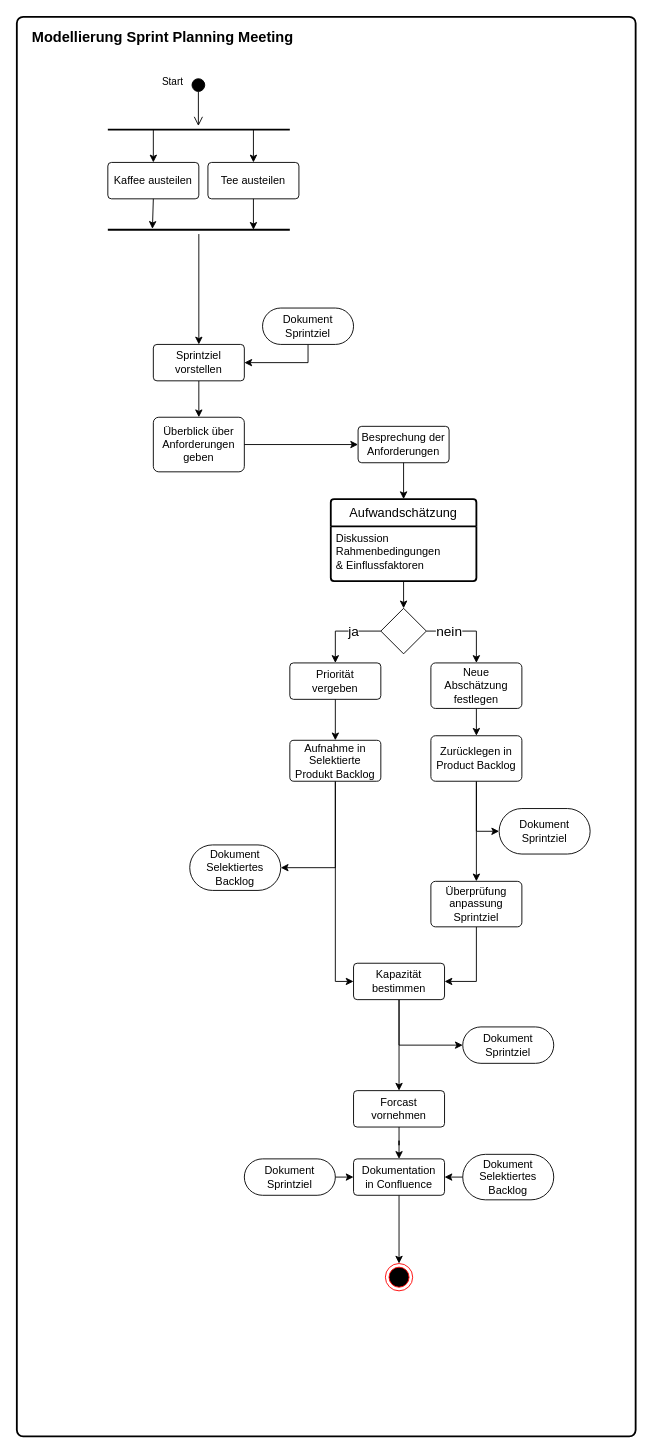
Earlier version of the draw.io diagram Uebung3/Aufgabe3.2.drawio (Software-Engineering-Team-HBRS/uebungsaufgaben). Source tidied: cells renumbered, new cells numbered last; positions are measured from the earlier drawing's top-left corner, leaving out a move shared by most shapes. Both pictures are drawn from the tidied source at 91%, with x=0, y=0 at pixel (16, 16).
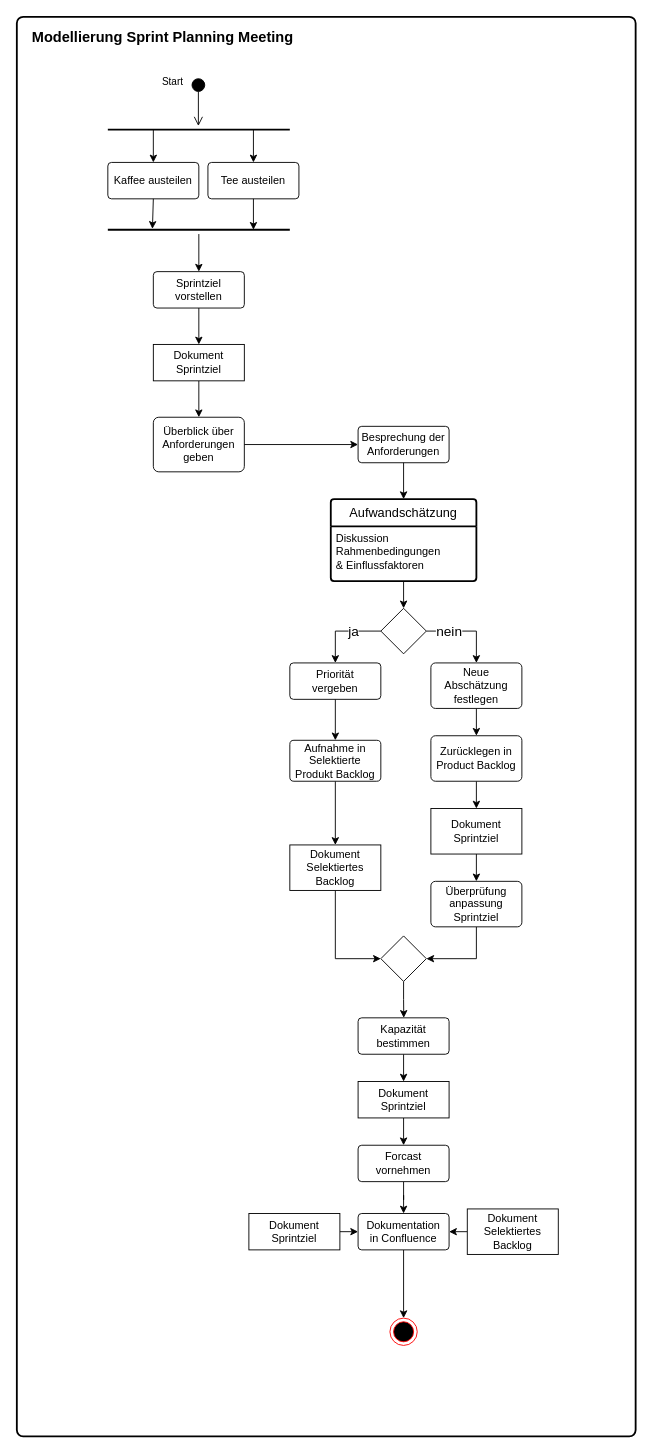
The same diagram, later.

The change refers to these unchanged cells:
```xml
<mxCell id="7" value="&lt;div&gt;Überblick über &lt;br&gt;&lt;/div&gt;&lt;div&gt;Anforderungen&lt;/div&gt;&lt;div&gt;geben&lt;/div&gt;" style="rounded=1;arcSize=10;whiteSpace=wrap;html=1;align=center;" parent="1" vertex="1">
  <mxGeometry x="150" y="440" width="100" height="60" as="geometry" />
</mxCell>
<mxCell id="16" value="&lt;div&gt;Überprüfung anpassung&lt;/div&gt;&lt;div&gt;Sprintziel&lt;/div&gt;" style="rounded=1;arcSize=10;whiteSpace=wrap;html=1;align=center;" parent="1" vertex="1">
  <mxGeometry x="455" y="950" width="100" height="50" as="geometry" />
</mxCell>
<mxCell id="26" value="Zurücklegen in Product Backlog" style="rounded=1;arcSize=10;whiteSpace=wrap;html=1;align=center;" parent="1" vertex="1">
  <mxGeometry x="455" y="790" width="100" height="50" as="geometry" />
</mxCell>
<mxCell id="36" value="Aufnahme in Selektierte Produkt Backlog" style="rounded=1;arcSize=10;whiteSpace=wrap;html=1;align=center;" parent="1" vertex="1">
  <mxGeometry x="300" y="795" width="100" height="45" as="geometry" />
</mxCell>
```

Diff of the diagram source:
```diff
@@
-    <mxCell id="8" style="endArrow=classic;html=1;rounded=0;strokeWidth=1;exitX=0.5;exitY=1;exitDx=0;exitDy=0;entryX=0.5;entryY=0;entryDx=0;entryDy=0;" parent="1" edge="1" source="33" target="7">
-      <mxGeometry relative="1" as="geometry" />
-    </mxCell>
@@
-    <mxCell id="15" style="edgeStyle=orthogonalEdgeStyle;rounded=0;jettySize=auto;html=1;exitX=0.5;exitY=1;exitDx=0;exitDy=0;entryX=1;entryY=0.5;entryDx=0;entryDy=0;" parent="1" edge="1" source="16" target="41">
-      <mxGeometry relative="1" as="geometry" />
-    </mxCell>
+    <mxCell id="55" style="edgeStyle=orthogonalEdgeStyle;rounded=0;jettySize=auto;html=1;exitX=0.5;exitY=1;exitDx=0;exitDy=0;entryX=1;entryY=0.5;entryDx=0;entryDy=0;" parent="1" edge="1" source="16" target="63">
+      <mxGeometry relative="1" as="geometry" />
+    </mxCell>
@@
-    <mxCell id="24" style="edgeStyle=orthogonalEdgeStyle;rounded=0;jettySize=auto;html=1;exitX=0.5;exitY=1;exitDx=0;exitDy=0;" parent="1" edge="1" source="26">
-      <mxGeometry relative="1" as="geometry">
-        <mxPoint x="505" y="950" as="targetPoint" />
-      </mxGeometry>
-    </mxCell>
-    <mxCell id="25" style="edgeStyle=orthogonalEdgeStyle;rounded=0;jettySize=auto;html=1;exitX=0.5;exitY=1;exitDx=0;exitDy=0;entryX=0;entryY=0.5;entryDx=0;entryDy=0;" parent="1" edge="1" source="26" target="38">
+    <mxCell id="25" style="edgeStyle=orthogonalEdgeStyle;rounded=0;jettySize=auto;html=1;exitX=0.5;exitY=1;exitDx=0;exitDy=0;entryX=0.5;entryY=0;entryDx=0;entryDy=0;" parent="1" edge="1" source="26" target="38">
       <mxGeometry relative="1" as="geometry" />
     </mxCell>
@@
+    <mxCell id="56" style="edgeStyle=orthogonalEdgeStyle;rounded=0;jettySize=auto;html=1;exitX=0.5;exitY=1;exitDx=0;exitDy=0;entryX=0.5;entryY=0;entryDx=0;entryDy=0;" parent="1" edge="1" source="33" target="53">
+      <mxGeometry relative="1" as="geometry" />
+    </mxCell>
     <mxCell id="33" value="Sprintziel vorstellen" style="rounded=1;arcSize=10;whiteSpace=wrap;html=1;align=center;" parent="1" vertex="1">
-      <mxGeometry x="150" y="360" width="100" height="40" as="geometry" />
+      <mxGeometry x="150" y="280" width="100" height="40" as="geometry" />
     </mxCell>
-    <mxCell id="34" style="edgeStyle=orthogonalEdgeStyle;rounded=0;jettySize=auto;html=1;exitX=0.5;exitY=1;exitDx=0;exitDy=0;entryX=0;entryY=0.5;entryDx=0;entryDy=0;" parent="1" edge="1" source="36" target="41">
-      <mxGeometry relative="1" as="geometry" />
-    </mxCell>
-    <mxCell id="35" style="edgeStyle=orthogonalEdgeStyle;rounded=0;jettySize=auto;html=1;exitX=0.5;exitY=1;exitDx=0;exitDy=0;entryX=1;entryY=0.5;entryDx=0;entryDy=0;" parent="1" edge="1" source="36" target="54">
+    <mxCell id="35" style="edgeStyle=orthogonalEdgeStyle;rounded=0;jettySize=auto;html=1;exitX=0.5;exitY=1;exitDx=0;exitDy=0;entryX=0.5;entryY=0;entryDx=0;entryDy=0;" parent="1" edge="1" source="36" target="54">
       <mxGeometry relative="1" as="geometry" />
     </mxCell>
@@
+    <mxCell id="57" style="edgeStyle=orthogonalEdgeStyle;rounded=0;jettySize=auto;html=1;exitX=0.5;exitY=1;exitDx=0;exitDy=0;entryX=0.5;entryY=0;entryDx=0;entryDy=0;" parent="1" edge="1" source="38" target="16">
+      <mxGeometry relative="1" as="geometry" />
+    </mxCell>
-    <mxCell id="38" value="&lt;div&gt;Dokument&lt;/div&gt;&lt;div&gt;Sprintziel&lt;/div&gt;" style="rounded=1;arcSize=50;whiteSpace=wrap;html=1;align=center;" parent="1" vertex="1">
-      <mxGeometry x="530" y="870" width="100" height="50" as="geometry" />
+    <mxCell id="38" value="&lt;div&gt;Dokument&lt;/div&gt;&lt;div&gt;Sprintziel&lt;/div&gt;" style="rounded=0;arcSize=50;whiteSpace=wrap;html=1;align=center;" parent="1" vertex="1">
+      <mxGeometry x="455" y="870" width="100" height="50" as="geometry" />
     </mxCell>
-    <mxCell id="39" style="edgeStyle=orthogonalEdgeStyle;rounded=0;jettySize=auto;html=1;exitX=0.5;exitY=1;exitDx=0;exitDy=0;entryX=0.5;entryY=0;entryDx=0;entryDy=0;" parent="1" edge="1" source="41" target="44">
-      <mxGeometry relative="1" as="geometry" />
-    </mxCell>
-    <mxCell id="40" style="edgeStyle=orthogonalEdgeStyle;rounded=0;jettySize=auto;html=1;exitX=0.5;exitY=1;exitDx=0;exitDy=0;entryX=0;entryY=0.5;entryDx=0;entryDy=0;" parent="1" edge="1" source="41" target="42">
-      <mxGeometry relative="1" as="geometry" />
-    </mxCell>
+    <mxCell id="58" style="edgeStyle=orthogonalEdgeStyle;rounded=0;jettySize=auto;html=1;exitX=0.5;exitY=1;exitDx=0;exitDy=0;" parent="1" edge="1" source="41">
+      <mxGeometry relative="1" as="geometry">
+        <mxPoint x="425" y="1170" as="targetPoint" />
+      </mxGeometry>
+    </mxCell>
     <mxCell id="41" value="Kapazität bestimmen" style="rounded=1;arcSize=10;whiteSpace=wrap;html=1;align=center;" parent="1" vertex="1">
-      <mxGeometry x="370" y="1040" width="100" height="40" as="geometry" />
+      <mxGeometry x="375" y="1100" width="100" height="40" as="geometry" />
     </mxCell>
+    <mxCell id="59" style="edgeStyle=orthogonalEdgeStyle;rounded=0;jettySize=auto;html=1;exitX=0.5;exitY=1;exitDx=0;exitDy=0;entryX=0.5;entryY=0;entryDx=0;entryDy=0;" parent="1" edge="1" source="42" target="44">
+      <mxGeometry relative="1" as="geometry" />
+    </mxCell>
-    <mxCell id="42" value="&lt;div&gt;Dokument&lt;/div&gt;&lt;div&gt;Sprintziel&lt;/div&gt;" style="rounded=1;arcSize=50;whiteSpace=wrap;html=1;align=center;" parent="1" vertex="1">
-      <mxGeometry x="490" y="1110" width="100" height="40" as="geometry" />
+    <mxCell id="42" value="&lt;div&gt;Dokument&lt;/div&gt;&lt;div&gt;Sprintziel&lt;/div&gt;" style="rounded=0;arcSize=50;whiteSpace=wrap;html=1;align=center;" parent="1" vertex="1">
+      <mxGeometry x="375" y="1170" width="100" height="40" as="geometry" />
     </mxCell>
@@
     <mxCell id="44" value="Forcast vornehmen" style="rounded=1;arcSize=10;whiteSpace=wrap;html=1;align=center;" parent="1" vertex="1">
-      <mxGeometry x="370" y="1180" width="100" height="40" as="geometry" />
+      <mxGeometry x="375" y="1240" width="100" height="40" as="geometry" />
     </mxCell>
@@
-    <mxCell id="46" value="&lt;div&gt;Dokument&lt;/div&gt;&lt;div&gt;Selektiertes Backlog&lt;/div&gt;" style="rounded=1;arcSize=50;whiteSpace=wrap;html=1;align=center;" parent="1" vertex="1">
-      <mxGeometry x="490" y="1250" width="100" height="50" as="geometry" />
+    <mxCell id="46" value="&lt;div&gt;Dokument&lt;/div&gt;&lt;div&gt;Selektiertes Backlog&lt;/div&gt;" style="rounded=0;arcSize=50;whiteSpace=wrap;html=1;align=center;" parent="1" vertex="1">
+      <mxGeometry x="495" y="1310" width="100" height="50" as="geometry" />
     </mxCell>
     <mxCell id="47" style="edgeStyle=orthogonalEdgeStyle;rounded=0;jettySize=auto;html=1;exitX=1;exitY=0.5;exitDx=0;exitDy=0;" parent="1" edge="1" source="48">
       <mxGeometry relative="1" as="geometry">
-        <mxPoint x="370" y="1275.2" as="targetPoint" />
+        <mxPoint x="375" y="1335.2" as="targetPoint" />
       </mxGeometry>
     </mxCell>
-    <mxCell id="48" value="&lt;div&gt;Dokument&lt;/div&gt;&lt;div&gt;Sprintziel&lt;/div&gt;" style="rounded=1;arcSize=50;whiteSpace=wrap;html=1;align=center;" parent="1" vertex="1">
-      <mxGeometry x="250" y="1255" width="100" height="40" as="geometry" />
+    <mxCell id="48" value="&lt;div&gt;Dokument&lt;/div&gt;&lt;div&gt;Sprintziel&lt;/div&gt;" style="rounded=0;arcSize=50;whiteSpace=wrap;html=1;align=center;" parent="1" vertex="1">
+      <mxGeometry x="255" y="1315" width="100" height="40" as="geometry" />
     </mxCell>
@@
     <mxCell id="50" value="&lt;div&gt;Dokumentation&lt;/div&gt;&lt;div&gt;in Confluence&lt;/div&gt;" style="rounded=1;arcSize=10;whiteSpace=wrap;html=1;align=center;" parent="1" vertex="1">
-      <mxGeometry x="370" y="1255" width="100" height="40" as="geometry" />
+      <mxGeometry x="375" y="1315" width="100" height="40" as="geometry" />
     </mxCell>
     <mxCell id="51" style="ellipse;html=1;shape=endState;fillColor=#000000;strokeColor=light-dark(#FF0000,#FFFFFF);" parent="1" vertex="1">
-      <mxGeometry x="405" y="1370" width="30" height="30" as="geometry" />
+      <mxGeometry x="410" y="1430" width="30" height="30" as="geometry" />
     </mxCell>
-    <mxCell id="52" style="edgeStyle=orthogonalEdgeStyle;rounded=0;jettySize=auto;html=1;exitX=0.5;exitY=1;exitDx=0;exitDy=0;" parent="1" edge="1" source="53" target="33">
-      <mxGeometry relative="1" as="geometry" />
-    </mxCell>
+    <mxCell id="60" style="edgeStyle=orthogonalEdgeStyle;rounded=0;jettySize=auto;html=1;exitX=0.5;exitY=1;exitDx=0;exitDy=0;entryX=0.5;entryY=0;entryDx=0;entryDy=0;" parent="1" edge="1" source="53" target="7">
+      <mxGeometry relative="1" as="geometry" />
+    </mxCell>
-    <mxCell id="53" value="&lt;div&gt;Dokument&lt;/div&gt;&lt;div&gt;Sprintziel&lt;/div&gt;" style="rounded=1;arcSize=50;whiteSpace=wrap;html=1;align=center;" parent="1" vertex="1">
-      <mxGeometry x="270" y="320" width="100" height="40" as="geometry" />
+    <mxCell id="53" value="&lt;div&gt;Dokument&lt;/div&gt;&lt;div&gt;Sprintziel&lt;/div&gt;" style="rounded=0;arcSize=50;whiteSpace=wrap;html=1;align=center;" parent="1" vertex="1">
+      <mxGeometry x="150" y="360" width="100" height="40" as="geometry" />
     </mxCell>
+    <mxCell id="61" style="edgeStyle=orthogonalEdgeStyle;rounded=0;jettySize=auto;html=1;exitX=0.5;exitY=1;exitDx=0;exitDy=0;entryX=0;entryY=0.5;entryDx=0;entryDy=0;" parent="1" edge="1" source="54" target="63">
+      <mxGeometry relative="1" as="geometry" />
+    </mxCell>
-    <mxCell id="54" value="&lt;div&gt;Dokument&lt;/div&gt;&lt;div&gt;Selektiertes Backlog&lt;/div&gt;" style="rounded=1;arcSize=50;whiteSpace=wrap;html=1;align=center;" parent="1" vertex="1">
-      <mxGeometry x="190" y="910" width="100" height="50" as="geometry" />
+    <mxCell id="54" value="&lt;div&gt;Dokument&lt;/div&gt;&lt;div&gt;Selektiertes Backlog&lt;/div&gt;" style="rounded=0;arcSize=50;whiteSpace=wrap;html=1;align=center;" parent="1" vertex="1">
+      <mxGeometry x="300" y="910" width="100" height="50" as="geometry" />
     </mxCell>
+    <mxCell id="62" style="edgeStyle=orthogonalEdgeStyle;rounded=0;jettySize=auto;html=1;exitX=0.5;exitY=1;exitDx=0;exitDy=0;" parent="1" edge="1" source="63">
+      <mxGeometry relative="1" as="geometry">
+        <mxPoint x="425.2" y="1100" as="targetPoint" />
+      </mxGeometry>
+    </mxCell>
+    <mxCell id="63" style="rhombus;whiteSpace=wrap;html=1;" parent="1" vertex="1">
+      <mxGeometry x="400" y="1010" width="50" height="50" as="geometry" />
+    </mxCell>
```
